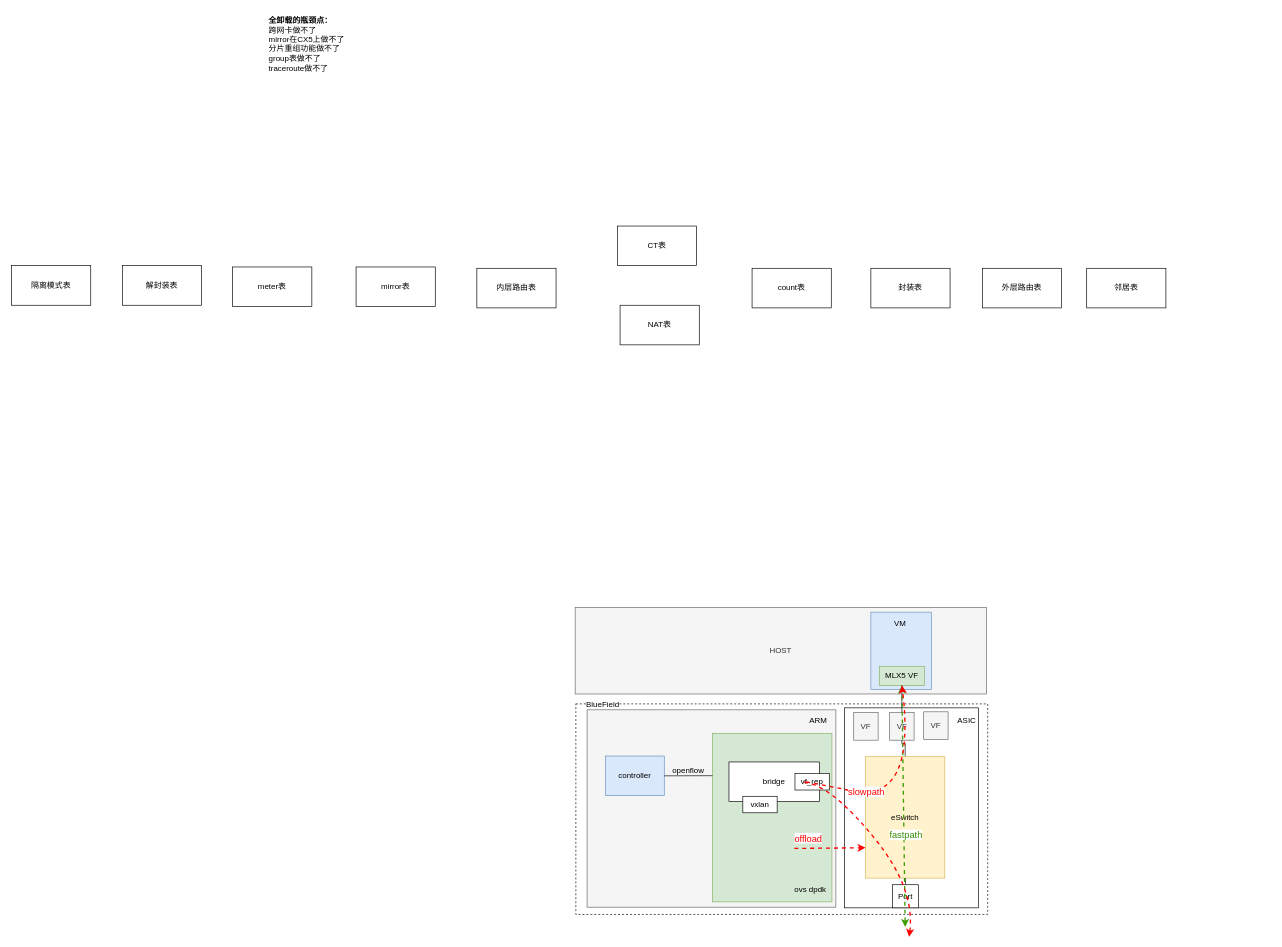
Before: page "gw offload" (2 of 6) of dpdk.drawio in imoceanking/drawio, a draw.io diagram. Source tidied: cells renumbered, new cells numbered last; positions are measured from the earlier drawing's top-left corner, leaving out a move shared by most shapes. Both pictures are drawn from the tidied source at 66%, with x=0, y=0 at pixel (11, 11).
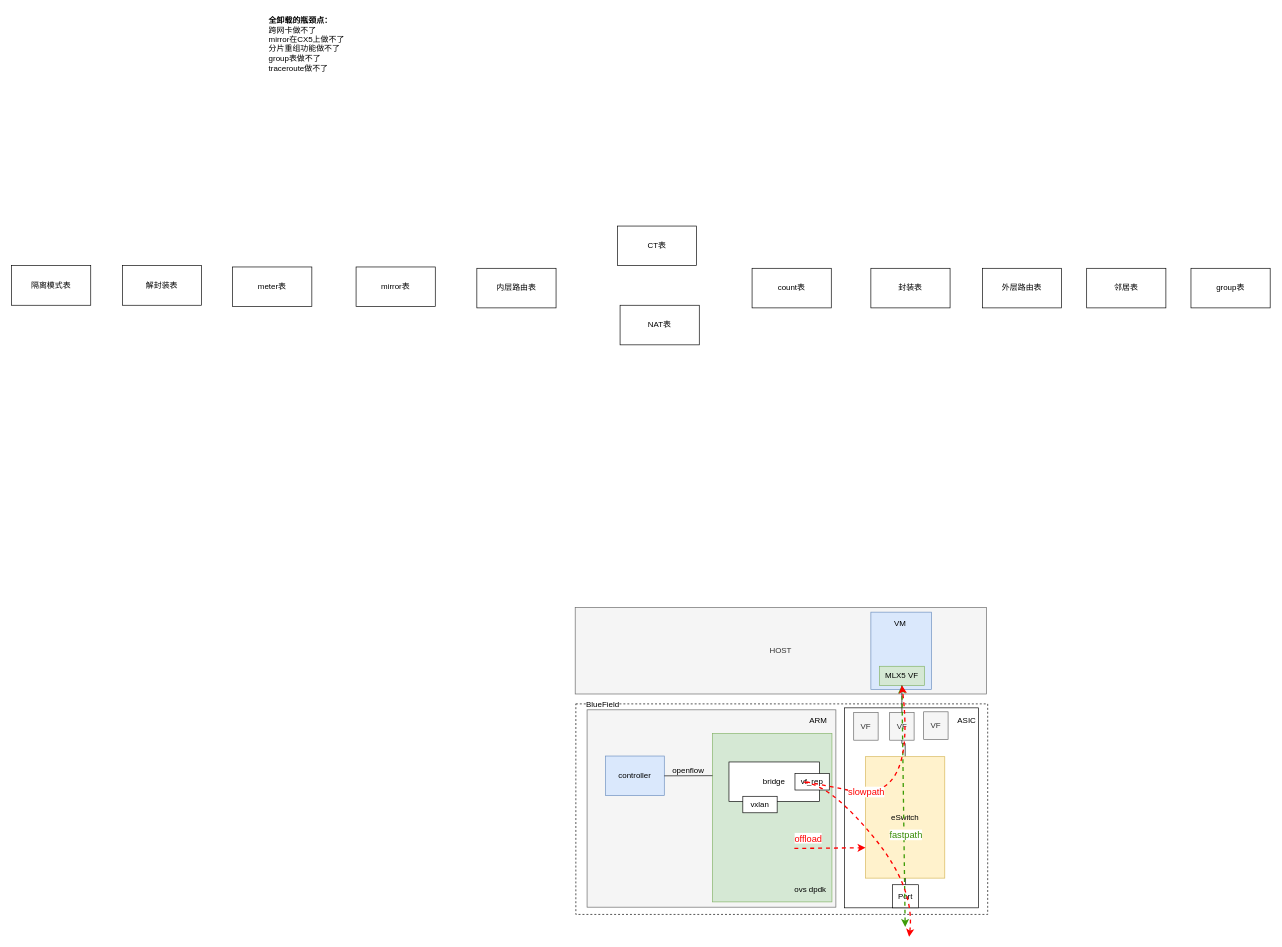
The same diagram, later.

Diff of the diagram source:
```diff
@@
+    <mxCell id="46" value="group表" style="whiteSpace=wrap;html=1;rounded=0;" parent="1" vertex="1">
+      <mxGeometry x="1787" y="389" width="120" height="60" as="geometry" />
+    </mxCell>
```
